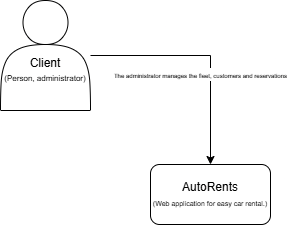
The draw.io diagram docs/autoRentsL1.drawio.png in LorenzoDrovandi7/AutoRents, before a commit. Source tidied: cells renumbered, new cells last; positions are measured from the earlier drawing's top-left corner, leaving out a move shared by most shapes.
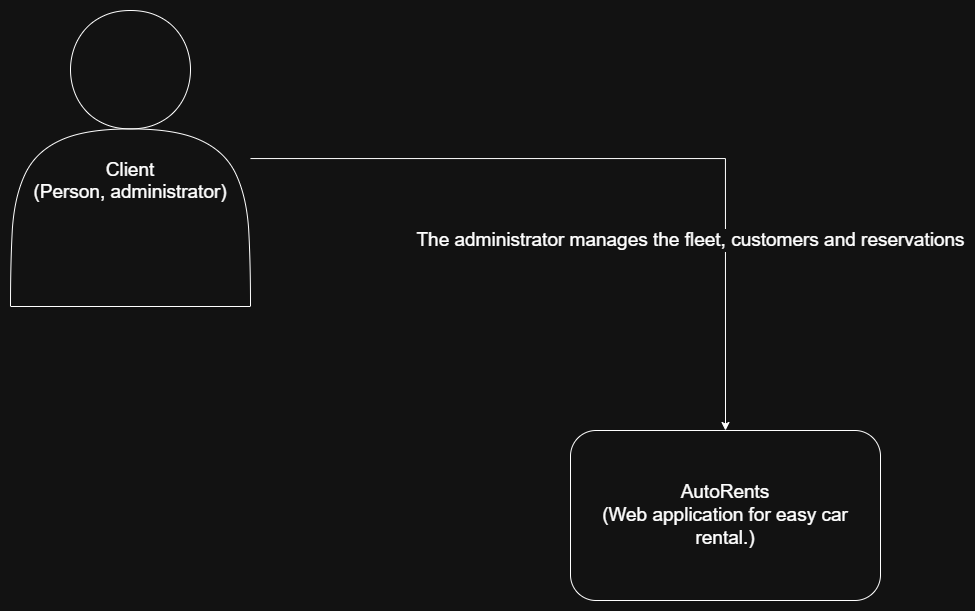
After the commit.

Change to the diagram source:
```diff
@@ -1,15 +1,15 @@
-<mxGraphModel background="light-dark(#FFFFFF,#F9F9F9)">
+<mxGraphModel>
   <root>
     <mxCell id="0" />
     <mxCell id="1" parent="0" />
-    <mxCell id="2" value="AutoRents&lt;br&gt;&lt;font style=&quot;font-size: 7px;&quot;&gt;(Web application for easy car rental.)&lt;/font&gt;" style="rounded=1;whiteSpace=wrap;html=1;" parent="1" vertex="1">
-      <mxGeometry x="150" y="164" width="120" height="60" as="geometry" />
+    <mxCell id="2" value="AutoRents&lt;br&gt;&lt;font&gt;(Web application for easy car rental.)&lt;/font&gt;" style="rounded=1;whiteSpace=wrap;html=1;fontSize=19;" parent="1" vertex="1">
+      <mxGeometry x="410" y="234" width="310" height="170" as="geometry" />
     </mxCell>
-    <mxCell id="3" value="&lt;font style=&quot;font-size: 6px;&quot;&gt;The administrator manages the fleet, customers and reservations&lt;/font&gt;" style="edgeStyle=orthogonalEdgeStyle;rounded=0;jettySize=auto;html=1;entryX=0.5;entryY=0;entryDx=0;entryDy=0;" parent="1" edge="1" source="4" target="2">
-      <mxGeometry x="0.22" y="-10" relative="1" as="geometry" />
+    <mxCell id="3" value="&lt;font&gt;The administrator manages the fleet, customers and reservations&lt;/font&gt;" style="edgeStyle=orthogonalEdgeStyle;rounded=0;jettySize=auto;html=1;entryX=0.5;entryY=0;entryDx=0;entryDy=0;fontSize=19;" parent="1" edge="1" source="4" target="2">
+      <mxGeometry x="0.49" y="-35" relative="1" as="geometry" />
     </mxCell>
-    <mxCell id="4" value="&lt;div&gt;&lt;br&gt;&lt;/div&gt;&lt;div&gt;&lt;br&gt;&lt;/div&gt;Client&lt;div&gt;&lt;font style=&quot;font-size: 8px;&quot;&gt;(Person, administrator)&lt;/font&gt;&lt;/div&gt;" style="shape=actor;whiteSpace=wrap;html=1;" parent="1" vertex="1">
-      <mxGeometry width="90" height="110" as="geometry" />
+    <mxCell id="4" value="&lt;div&gt;&lt;br&gt;&lt;/div&gt;&lt;div&gt;&lt;br&gt;&lt;/div&gt;Client&lt;div&gt;&lt;font&gt;(Person, administrator)&lt;/font&gt;&lt;/div&gt;" style="shape=actor;whiteSpace=wrap;html=1;fontSize=19;" parent="1" vertex="1">
+      <mxGeometry x="-150" y="-186" width="240" height="296" as="geometry" />
     </mxCell>
   </root>
 </mxGraphModel>
```
